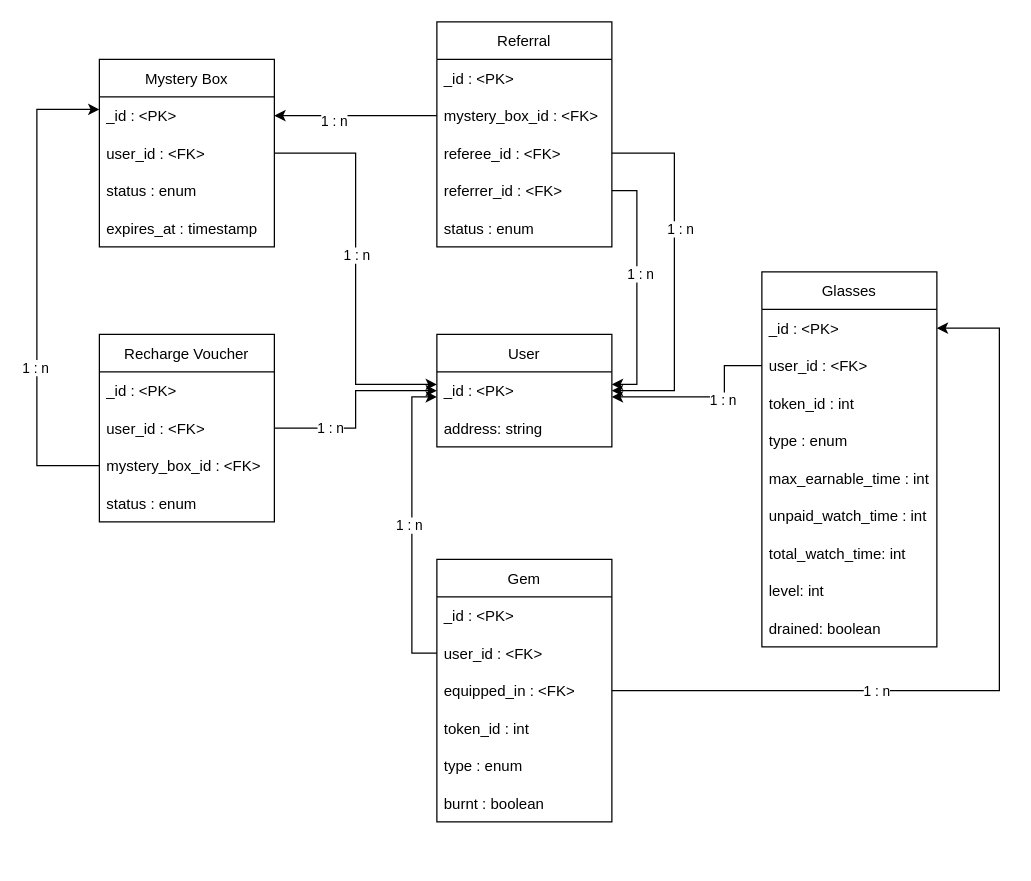
Earlier version of the draw.io diagram draw.io/script-tv.drawio (n4beel/diagrams). Source tidied: cells renumbered, new cells numbered last; positions are measured from the earlier drawing's top-left corner, leaving out a move shared by most shapes. Both pictures are drawn from the tidied source at 125%, with x=0, y=0 at pixel (36, 21).
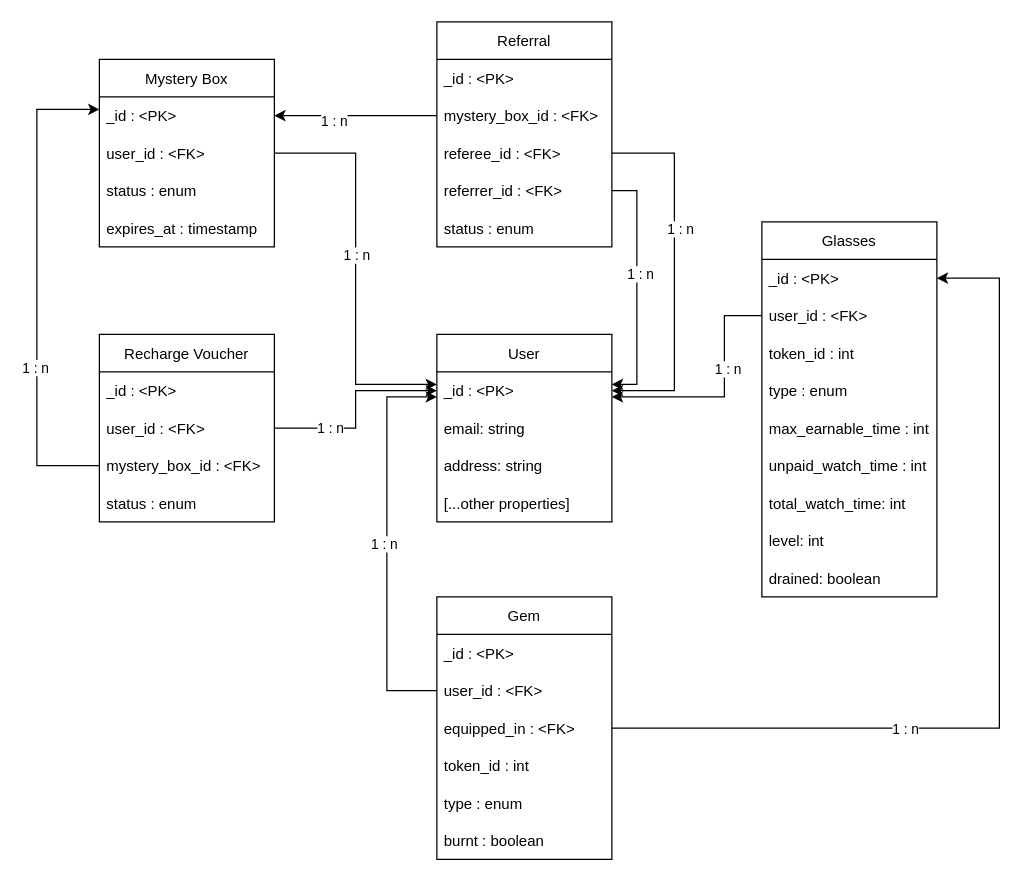
Above is the later version.

Unchanged cells that the change refers to:
```xml
<mxCell id="14" value="user_id : &lt;FK&gt;" style="text;align=left;verticalAlign=middle;spacingLeft=4;spacingRight=4;overflow=hidden;points=[[0,0.5],[1,0.5]];portConstraint=eastwest;" parent="12" vertex="1">
  <mxGeometry y="60" width="140" height="30" as="geometry" />
</mxCell>
<mxCell id="15" value="equipped_in : &lt;FK&gt;" style="text;align=left;verticalAlign=middle;spacingLeft=4;spacingRight=4;overflow=hidden;points=[[0,0.5],[1,0.5]];portConstraint=eastwest;" parent="12" vertex="1">
  <mxGeometry y="90" width="140" height="30" as="geometry" />
</mxCell>
<mxCell id="20" value="_id : &lt;PK&gt;" style="text;align=left;verticalAlign=middle;spacingLeft=4;spacingRight=4;overflow=hidden;points=[[0,0.5],[1,0.5]];portConstraint=eastwest;" parent="19" vertex="1">
  <mxGeometry y="30" width="140" height="30" as="geometry" />
</mxCell>
<mxCell id="21" value="user_id : &lt;FK&gt;" style="text;align=left;verticalAlign=middle;spacingLeft=4;spacingRight=4;overflow=hidden;points=[[0,0.5],[1,0.5]];portConstraint=eastwest;" parent="19" vertex="1">
  <mxGeometry y="60" width="140" height="30" as="geometry" />
</mxCell>
<mxCell id="30" value="_id : &lt;PK&gt;" style="text;align=left;verticalAlign=middle;spacingLeft=4;spacingRight=4;overflow=hidden;points=[[0,0.5],[1,0.5]];portConstraint=eastwest;" parent="29" vertex="1">
  <mxGeometry y="30" width="140" height="30" as="geometry" />
</mxCell>
```

What changed in the source:
```diff
@@
     <mxCell id="12" value="Gem" style="swimlane;fontStyle=0;horizontal=1;startSize=30;" parent="1" vertex="1">
-      <mxGeometry x="320" y="430" width="140" height="210" as="geometry" />
+      <mxGeometry x="320" y="460" width="140" height="210" as="geometry" />
     </mxCell>
@@
     <mxCell id="19" value="Glasses" style="swimlane;fontStyle=0;horizontal=1;startSize=30;" parent="1" vertex="1">
-      <mxGeometry x="580" y="200" width="140" height="300" as="geometry" />
+      <mxGeometry x="580" y="160" width="140" height="300" as="geometry" />
     </mxCell>
@@
     <mxCell id="29" value="User" style="swimlane;fontStyle=0;horizontal=1;startSize=30;" parent="1" vertex="1">
-      <mxGeometry x="320" y="250" width="140" height="90" as="geometry" />
+      <mxGeometry x="320" y="250" width="140" height="150" as="geometry" />
     </mxCell>
@@
-    <mxCell id="31" value="address: string" style="text;strokeColor=none;fillColor=none;align=left;verticalAlign=middle;spacingLeft=4;spacingRight=4;overflow=hidden;" parent="29" vertex="1">
+    <mxCell id="31" value="email: string" style="text;strokeColor=none;fillColor=none;align=left;verticalAlign=middle;spacingLeft=4;spacingRight=4;overflow=hidden;" parent="29" vertex="1">
       <mxGeometry y="60" width="140" height="30" as="geometry" />
     </mxCell>
+    <mxCell id="56" value="address: string" style="text;strokeColor=none;fillColor=none;align=left;verticalAlign=middle;spacingLeft=4;spacingRight=4;overflow=hidden;" parent="29" vertex="1">
+      <mxGeometry y="90" width="140" height="30" as="geometry" />
+    </mxCell>
+    <mxCell id="57" value="[...other properties]" style="text;strokeColor=none;fillColor=none;align=left;verticalAlign=middle;spacingLeft=4;spacingRight=4;overflow=hidden;" parent="29" vertex="1">
+      <mxGeometry y="120" width="140" height="30" as="geometry" />
+    </mxCell>
@@
     <mxCell id="44" style="edgeStyle=orthogonalEdgeStyle;rounded=0;jettySize=auto;html=1;" parent="1" edge="1" source="21" target="30">
       <mxGeometry relative="1" as="geometry">
         <Array as="points">
-          <mxPoint x="550" y="275" />
+          <mxPoint x="550" y="235" />
           <mxPoint x="550" y="300" />
         </Array>
       </mxGeometry>
     </mxCell>
@@
     <mxCell id="48" style="edgeStyle=orthogonalEdgeStyle;rounded=0;jettySize=auto;html=1;" parent="1" edge="1" source="14" target="30">
       <mxGeometry relative="1" as="geometry">
         <Array as="points">
-          <mxPoint x="300" y="505" />
-          <mxPoint x="300" y="300" />
+          <mxPoint x="280" y="535" />
+          <mxPoint x="280" y="300" />
         </Array>
       </mxGeometry>
     </mxCell>
@@
     <mxCell id="50" style="edgeStyle=orthogonalEdgeStyle;rounded=0;jettySize=auto;html=1;" parent="1" edge="1" source="15" target="20">
       <mxGeometry relative="1" as="geometry">
         <Array as="points">
-          <mxPoint x="770" y="535" />
-          <mxPoint x="770" y="245" />
+          <mxPoint x="770" y="565" />
+          <mxPoint x="770" y="205" />
         </Array>
       </mxGeometry>
     </mxCell>
```
